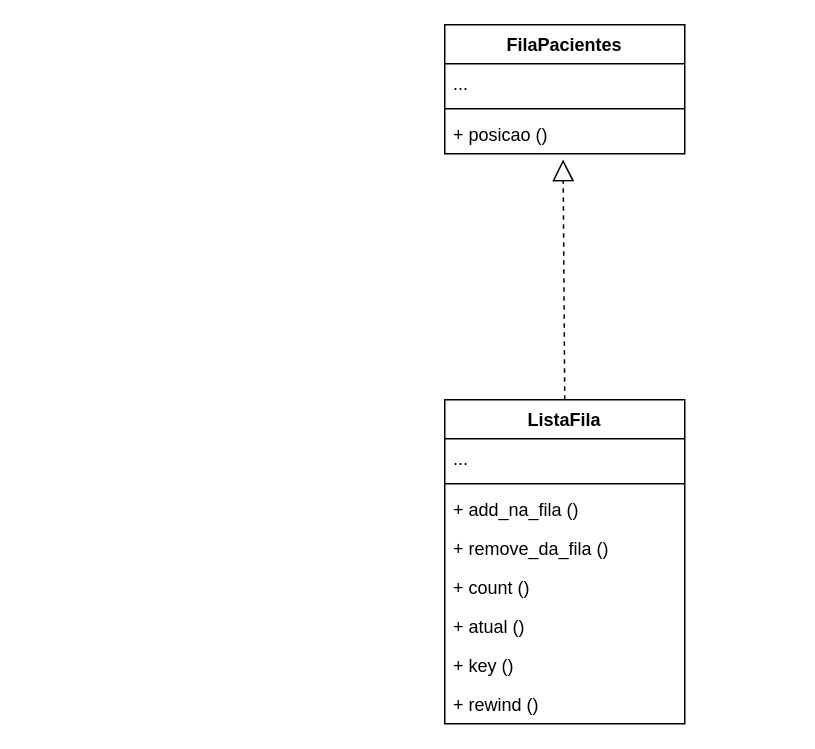
Earlier version of the draw.io diagram Diagramas de Classe/Comportamento/Iterator/fila_pacientes.drawio (luanvaf/Design_Patterns_AdvPrograming). Source tidied: cells renumbered, new cells numbered last; positions are measured from the earlier drawing's top-left corner, leaving out a move shared by most shapes. Both pictures are drawn from the tidied source at 150%, with x=0, y=0 at pixel (444, 24).
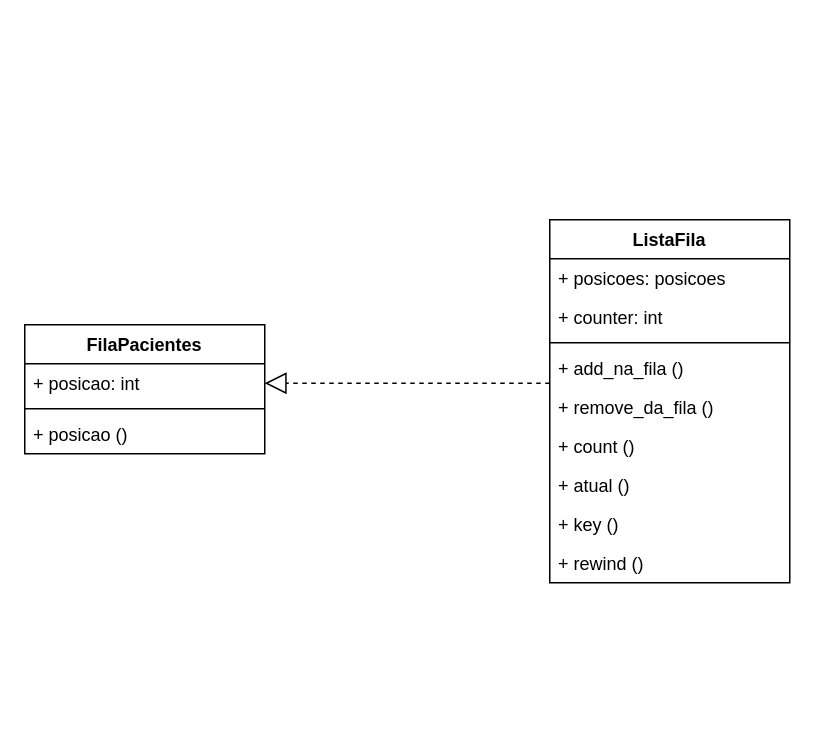
The same page after the edit.

Diff of the diagram source:
```diff
@@
 <mxGraphModel>
   <root>
     <mxCell id="0" />
     <mxCell id="1" parent="0" />
     <mxCell id="2" value="FilaPacientes" style="swimlane;fontStyle=1;align=center;verticalAlign=top;horizontal=1;startSize=26;" parent="1" vertex="1">
-      <mxGeometry width="160" height="86" as="geometry" />
+      <mxGeometry x="-280" y="200" width="160" height="86" as="geometry" />
     </mxCell>
-    <mxCell id="3" value="..." style="text;strokeColor=none;fillColor=none;align=left;verticalAlign=top;spacingLeft=4;spacingRight=4;overflow=hidden;points=[[0,0.5],[1,0.5]];portConstraint=eastwest;" parent="2" vertex="1">
+    <mxCell id="3" value="+ posicao: int" style="text;strokeColor=none;fillColor=none;align=left;verticalAlign=top;spacingLeft=4;spacingRight=4;overflow=hidden;points=[[0,0.5],[1,0.5]];portConstraint=eastwest;" parent="2" vertex="1">
       <mxGeometry y="26" width="160" height="26" as="geometry" />
     </mxCell>
     <mxCell id="4" style="line;strokeWidth=1;fillColor=none;align=left;verticalAlign=middle;spacingTop=-1;spacingLeft=3;spacingRight=3;labelPosition=right;" parent="2" vertex="1">
       <mxGeometry y="52" width="160" height="8" as="geometry" />
     </mxCell>
     <mxCell id="5" value="+ posicao ()" style="text;strokeColor=none;fillColor=none;align=left;verticalAlign=top;spacingLeft=4;spacingRight=4;overflow=hidden;points=[[0,0.5],[1,0.5]];portConstraint=eastwest;" parent="2" vertex="1">
       <mxGeometry y="60" width="160" height="26" as="geometry" />
     </mxCell>
     <mxCell id="6" value="ListaFila" style="swimlane;fontStyle=1;align=center;verticalAlign=top;horizontal=1;startSize=26;" parent="1" vertex="1">
-      <mxGeometry y="250" width="160" height="216" as="geometry" />
+      <mxGeometry x="70" y="130" width="160" height="242" as="geometry" />
     </mxCell>
-    <mxCell id="7" value="..." style="text;strokeColor=none;fillColor=none;align=left;verticalAlign=top;spacingLeft=4;spacingRight=4;overflow=hidden;" parent="6" vertex="1">
+    <mxCell id="7" value="+ posicoes: posicoes" style="text;strokeColor=none;fillColor=none;align=left;verticalAlign=top;spacingLeft=4;spacingRight=4;overflow=hidden;" parent="6" vertex="1">
       <mxGeometry y="26" width="160" height="26" as="geometry" />
     </mxCell>
+    <mxCell id="16" value="+ counter: int" style="text;strokeColor=none;fillColor=none;align=left;verticalAlign=top;spacingLeft=4;spacingRight=4;overflow=hidden;" parent="6" vertex="1">
+      <mxGeometry y="52" width="160" height="26" as="geometry" />
+    </mxCell>
     <mxCell id="8" style="line;strokeWidth=1;fillColor=none;align=left;verticalAlign=middle;spacingTop=-1;spacingLeft=3;spacingRight=3;labelPosition=right;" parent="6" vertex="1">
-      <mxGeometry y="52" width="160" height="8" as="geometry" />
+      <mxGeometry y="78" width="160" height="8" as="geometry" />
     </mxCell>
     <mxCell id="9" value="+ add_na_fila ()" style="text;strokeColor=none;fillColor=none;align=left;verticalAlign=top;spacingLeft=4;spacingRight=4;overflow=hidden;" parent="6" vertex="1">
-      <mxGeometry y="60" width="160" height="26" as="geometry" />
+      <mxGeometry y="86" width="160" height="26" as="geometry" />
     </mxCell>
     <mxCell id="10" value="+ remove_da_fila ()" style="text;strokeColor=none;fillColor=none;align=left;verticalAlign=top;spacingLeft=4;spacingRight=4;overflow=hidden;" parent="6" vertex="1">
-      <mxGeometry y="86" width="160" height="26" as="geometry" />
+      <mxGeometry y="112" width="160" height="26" as="geometry" />
     </mxCell>
     <mxCell id="11" value="+ count ()" style="text;strokeColor=none;fillColor=none;align=left;verticalAlign=top;spacingLeft=4;spacingRight=4;overflow=hidden;" parent="6" vertex="1">
-      <mxGeometry y="112" width="160" height="26" as="geometry" />
+      <mxGeometry y="138" width="160" height="26" as="geometry" />
     </mxCell>
     <mxCell id="12" value="+ atual ()" style="text;strokeColor=none;fillColor=none;align=left;verticalAlign=top;spacingLeft=4;spacingRight=4;overflow=hidden;" parent="6" vertex="1">
-      <mxGeometry y="138" width="160" height="26" as="geometry" />
+      <mxGeometry y="164" width="160" height="26" as="geometry" />
     </mxCell>
     <mxCell id="13" value="+ key ()" style="text;strokeColor=none;fillColor=none;align=left;verticalAlign=top;spacingLeft=4;spacingRight=4;overflow=hidden;" parent="6" vertex="1">
-      <mxGeometry y="164" width="160" height="26" as="geometry" />
+      <mxGeometry y="190" width="160" height="26" as="geometry" />
     </mxCell>
     <mxCell id="14" value="+ rewind ()" style="text;strokeColor=none;fillColor=none;align=left;verticalAlign=top;spacingLeft=4;spacingRight=4;overflow=hidden;" parent="6" vertex="1">
-      <mxGeometry y="190" width="160" height="26" as="geometry" />
+      <mxGeometry y="216" width="160" height="26" as="geometry" />
     </mxCell>
-    <mxCell id="15" style="endArrow=block;dashed=1;endFill=0;endSize=12;html=1;rounded=0;entryX=0.493;entryY=1.146;entryDx=0;entryDy=0;entryPerimeter=0;exitX=0.5;exitY=0;exitDx=0;exitDy=0;" parent="1" edge="1" source="6" target="5">
-      <mxGeometry relative="1" as="geometry" />
+    <mxCell id="15" style="endArrow=block;dashed=1;endFill=0;endSize=12;html=1;rounded=0;" parent="1" edge="1" target="3">
+      <mxGeometry relative="1" as="geometry">
+        <mxPoint x="70" y="239" as="sourcePoint" />
+      </mxGeometry>
     </mxCell>
   </root>
 </mxGraphModel>
```
